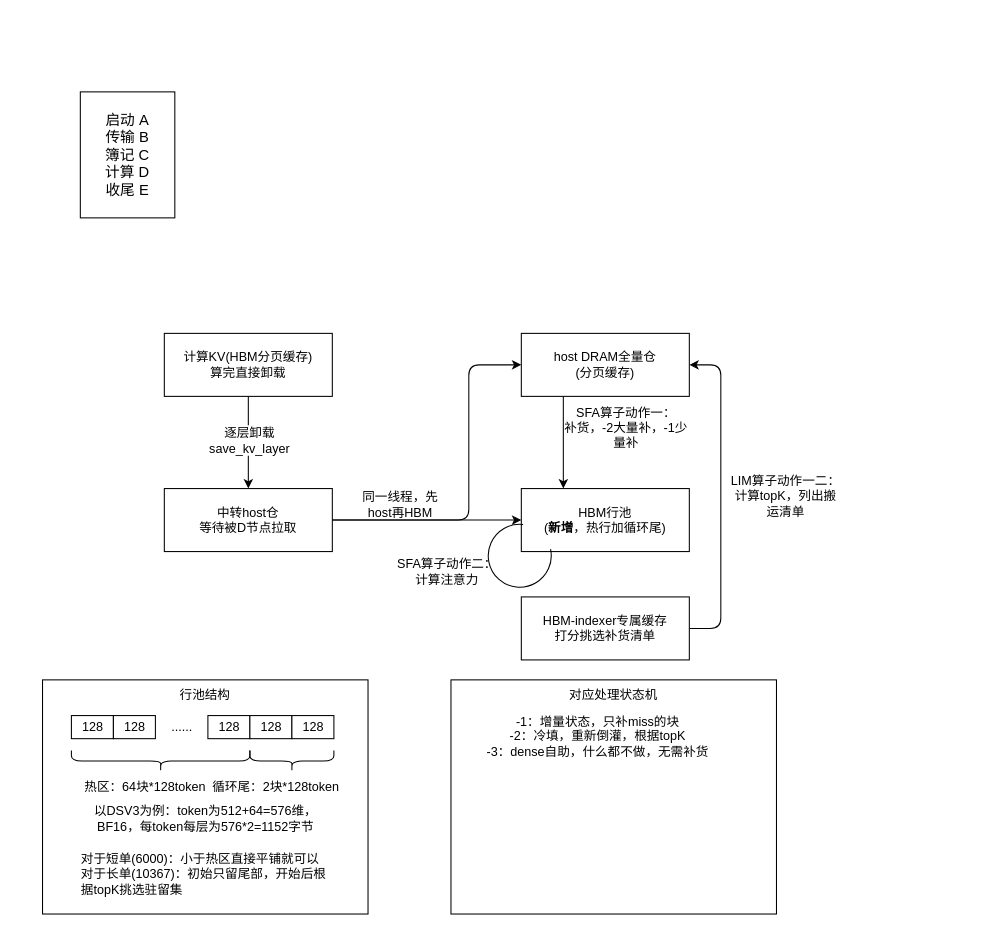
Above: doc/未命名绘图.drawio in linjinghan0/draw (draw.io), before the change. Source tidied: cells renumbered, new cells numbered last; positions are measured from the earlier drawing's top-left corner, leaving out a move shared by most shapes. Both pictures are drawn from the tidied source at 105%, with x=0, y=0 at pixel (42, 91).
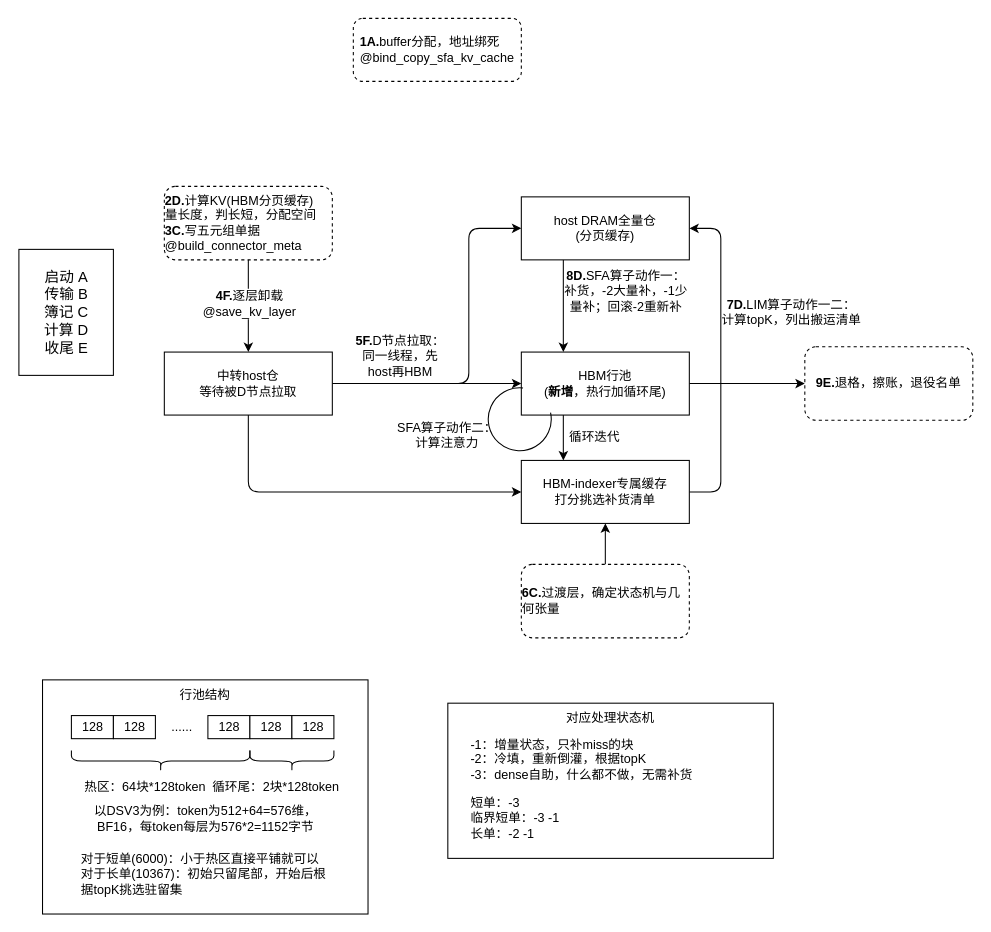
The same page after the edit.

The edit, as a diff of the source:
```diff
@@
-    <mxCell id="2" style="edgeStyle=none;rounded=0;jettySize=auto;html=1;exitX=0.5;exitY=1;exitDx=0;exitDy=0;entryX=0.5;entryY=0;entryDx=0;entryDy=0;" parent="1" edge="1" source="4" target="7">
-      <mxGeometry relative="1" as="geometry" />
+    <mxCell id="2" style="edgeStyle=none;rounded=0;jettySize=auto;html=1;exitX=0.5;exitY=1;exitDx=0;exitDy=0;entryX=0.5;entryY=0;entryDx=0;entryDy=0;" parent="1" edge="1" target="7">
+      <mxGeometry relative="1" as="geometry">
+        <mxPoint x="196" y="160" as="sourcePoint" />
+      </mxGeometry>
     </mxCell>
-    <mxCell id="3" value="&lt;font style=&quot;font-size: 12px;&quot;&gt;逐层卸载&lt;/font&gt;&lt;div&gt;&lt;font style=&quot;font-size: 12px;&quot;&gt;save_kv_layer&lt;/font&gt;&lt;/div&gt;" style="edgeLabel;html=1;align=center;verticalAlign=middle;" parent="2" vertex="1">
+    <mxCell id="3" value="&lt;font style=&quot;font-size: 12px;&quot;&gt;&lt;b&gt;4F.&lt;/b&gt;逐层卸载&lt;/font&gt;&lt;div&gt;&lt;font style=&quot;font-size: 12px;&quot;&gt;@save_kv_layer&lt;/font&gt;&lt;/div&gt;" style="edgeLabel;html=1;align=center;verticalAlign=middle;" parent="2" vertex="1">
       <mxGeometry x="-0.07" relative="1" as="geometry" />
     </mxCell>
-    <mxCell id="4" value="计算KV(HBM分页缓存)&lt;div&gt;算完直接卸载&lt;/div&gt;" style="rounded=0;whiteSpace=wrap;html=1;" parent="1" vertex="1">
-      <mxGeometry x="116" y="230" width="160" height="60" as="geometry" />
-    </mxCell>
@@
     <mxCell id="6" style="edgeStyle=orthogonalEdgeStyle;rounded=1;jettySize=auto;html=1;exitX=1;exitY=0.5;exitDx=0;exitDy=0;entryX=0;entryY=0.5;entryDx=0;entryDy=0;curved=0;" parent="1" edge="1" source="7" target="9">
       <mxGeometry relative="1" as="geometry">
         <Array as="points">
-          <mxPoint x="406" y="407.8" />
-          <mxPoint x="406" y="260" />
+          <mxPoint x="406" y="277.8" />
+          <mxPoint x="406" y="130" />
         </Array>
       </mxGeometry>
     </mxCell>
+    <mxCell id="36" style="edgeStyle=orthogonalEdgeStyle;rounded=1;jettySize=auto;html=1;exitX=0.5;exitY=1;exitDx=0;exitDy=0;entryX=0;entryY=0.5;entryDx=0;entryDy=0;curved=0;" parent="1" edge="1" source="7" target="12">
+      <mxGeometry relative="1" as="geometry" />
+    </mxCell>
     <mxCell id="7" value="中转host仓&lt;div&gt;等待被D节点拉取&lt;/div&gt;" style="rounded=0;whiteSpace=wrap;html=1;" parent="1" vertex="1">
-      <mxGeometry x="116" y="377.8" width="160" height="60" as="geometry" />
+      <mxGeometry x="116" y="247.8" width="160" height="60" as="geometry" />
     </mxCell>
@@
     <mxCell id="9" value="host DRAM全量仓&lt;div&gt;(分页缓存)&lt;/div&gt;" style="rounded=0;whiteSpace=wrap;html=1;" parent="1" vertex="1">
-      <mxGeometry x="456" y="230" width="160" height="60" as="geometry" />
+      <mxGeometry x="456" y="100" width="160" height="60" as="geometry" />
     </mxCell>
+    <mxCell id="37" style="edgeStyle=orthogonalEdgeStyle;rounded=0;jettySize=auto;html=1;exitX=1;exitY=0.5;exitDx=0;exitDy=0;entryX=0;entryY=0.5;entryDx=0;entryDy=0;" parent="1" edge="1" source="10" target="44">
+      <mxGeometry relative="1" as="geometry" />
+    </mxCell>
+    <mxCell id="38" style="edgeStyle=orthogonalEdgeStyle;rounded=0;jettySize=auto;html=1;exitX=0.25;exitY=1;exitDx=0;exitDy=0;entryX=0.25;entryY=0;entryDx=0;entryDy=0;" parent="1" edge="1" source="10" target="12">
+      <mxGeometry relative="1" as="geometry" />
+    </mxCell>
     <mxCell id="10" value="HBM行池&lt;div&gt;(&lt;b&gt;新增&lt;/b&gt;，热行加循环尾)&lt;/div&gt;" style="rounded=0;whiteSpace=wrap;html=1;" parent="1" vertex="1">
-      <mxGeometry x="456" y="377.8" width="160" height="60" as="geometry" />
+      <mxGeometry x="456" y="247.8" width="160" height="60" as="geometry" />
     </mxCell>
     <mxCell id="11" style="edgeStyle=orthogonalEdgeStyle;rounded=1;jettySize=auto;html=1;exitX=1;exitY=0.5;exitDx=0;exitDy=0;entryX=1;entryY=0.5;entryDx=0;entryDy=0;curved=0;" parent="1" edge="1" source="12" target="9">
       <mxGeometry relative="1" as="geometry">
         <Array as="points">
-          <mxPoint x="646" y="511" />
-          <mxPoint x="646" y="260" />
+          <mxPoint x="646" y="381" />
+          <mxPoint x="646" y="130" />
         </Array>
       </mxGeometry>
     </mxCell>
     <mxCell id="12" value="HBM-indexer专属缓存&lt;div&gt;打分挑选补货清单&lt;/div&gt;" style="rounded=0;whiteSpace=wrap;html=1;" parent="1" vertex="1">
-      <mxGeometry x="456" y="481" width="160" height="60" as="geometry" />
+      <mxGeometry x="456" y="351" width="160" height="60" as="geometry" />
     </mxCell>
     <mxCell id="13" value="&lt;font style=&quot;font-size: 14px;&quot;&gt;启动 A&lt;/font&gt;&lt;div&gt;&lt;font style=&quot;font-size: 14px;&quot;&gt;传输 B&lt;br&gt;&lt;/font&gt;&lt;div&gt;&lt;font style=&quot;font-size: 14px;&quot;&gt;簿记 C&lt;/font&gt;&lt;/div&gt;&lt;div&gt;&lt;font style=&quot;font-size: 14px;&quot;&gt;计算 D&lt;/font&gt;&lt;/div&gt;&lt;/div&gt;&lt;div&gt;&lt;font style=&quot;font-size: 14px;&quot;&gt;收尾 E&lt;/font&gt;&lt;/div&gt;" style="whiteSpace=wrap;html=1;" parent="1" vertex="1">
-      <mxGeometry x="36" width="90" height="120" as="geometry" />
+      <mxGeometry x="-22.5" y="150" width="90" height="120" as="geometry" />
     </mxCell>
-    <mxCell id="14" value="同一线程，先host再HBM" style="text;html=1;whiteSpace=wrap;strokeColor=none;fillColor=none;align=center;verticalAlign=middle;rounded=0;" parent="1" vertex="1">
-      <mxGeometry x="296" y="377.8" width="90" height="30" as="geometry" />
+    <mxCell id="14" value="&lt;div&gt;&lt;span style=&quot;background-color: transparent; color: light-dark(rgb(0, 0, 0), rgb(255, 255, 255));&quot;&gt;&lt;b&gt;5F.&lt;/b&gt;D节点拉取：&lt;/span&gt;&lt;/div&gt;&lt;div&gt;同一线程，先host再HBM&lt;/div&gt;" style="text;html=1;whiteSpace=wrap;strokeColor=none;fillColor=none;align=center;verticalAlign=middle;rounded=0;" parent="1" vertex="1">
+      <mxGeometry x="296" y="221.8" width="90" height="60" as="geometry" />
     </mxCell>
@@
     <mxCell id="29" value="&lt;div&gt;&lt;br&gt;&lt;/div&gt;" style="rounded=0;whiteSpace=wrap;html=1;" parent="1" vertex="1">
-      <mxGeometry x="389" y="560" width="310" height="223" as="geometry" />
+      <mxGeometry x="386" y="582.2" width="310" height="147.8" as="geometry" />
     </mxCell>
     <mxCell id="30" value="对应处理状态机" style="text;html=1;whiteSpace=wrap;strokeColor=none;fillColor=none;align=center;verticalAlign=middle;rounded=0;" parent="1" vertex="1">
-      <mxGeometry x="499" y="560" width="90" height="30" as="geometry" />
+      <mxGeometry x="496" y="582.2" width="90" height="30" as="geometry" />
     </mxCell>
-    <mxCell id="31" value="-1：增量状态，只补miss的块&lt;div&gt;-2：冷填，重新倒灌，根据topK&lt;/div&gt;&lt;div style=&quot;text-align: start;&quot;&gt;-3：dense自助，什么都不做，无需补货&lt;/div&gt;" style="text;html=1;whiteSpace=wrap;strokeColor=none;fillColor=none;align=center;verticalAlign=middle;rounded=0;" parent="1" vertex="1">
-      <mxGeometry x="409" y="590" width="240" height="47.2" as="geometry" />
+    <mxCell id="31" value="-1：增量状态，只补miss的块&lt;div&gt;-2：冷填，重新倒灌，根据topK&lt;/div&gt;&lt;div style=&quot;&quot;&gt;-3：dense自助，什么都不做，无需补货&lt;/div&gt;" style="text;html=1;whiteSpace=wrap;strokeColor=none;fillColor=none;align=left;verticalAlign=middle;rounded=0;" parent="1" vertex="1">
+      <mxGeometry x="406" y="612.2" width="240" height="47.2" as="geometry" />
     </mxCell>
-    <mxCell id="32" value="SFA算子动作一：&lt;div&gt;补货，&lt;span style=&quot;background-color: transparent; color: light-dark(rgb(0, 0, 0), rgb(255, 255, 255));&quot;&gt;-2大量补，&lt;/span&gt;&lt;span style=&quot;background-color: transparent; color: light-dark(rgb(0, 0, 0), rgb(255, 255, 255));&quot;&gt;-1少量补&lt;/span&gt;&lt;/div&gt;" style="text;html=1;whiteSpace=wrap;strokeColor=none;fillColor=none;align=center;verticalAlign=middle;rounded=0;" parent="1" vertex="1">
-      <mxGeometry x="496" y="305" width="120" height="30" as="geometry" />
+    <mxCell id="32" value="&lt;b&gt;8D.&lt;/b&gt;SFA算子动作一：&lt;div&gt;补货，&lt;span style=&quot;background-color: transparent; color: light-dark(rgb(0, 0, 0), rgb(255, 255, 255));&quot;&gt;-2大量补，&lt;/span&gt;&lt;span style=&quot;background-color: transparent; color: light-dark(rgb(0, 0, 0), rgb(255, 255, 255));&quot;&gt;-1少量补；回滚-2重新补&lt;/span&gt;&lt;/div&gt;" style="text;html=1;whiteSpace=wrap;strokeColor=none;fillColor=none;align=center;verticalAlign=middle;rounded=0;" parent="1" vertex="1">
+      <mxGeometry x="496" y="175" width="120" height="30" as="geometry" />
     </mxCell>
-    <mxCell id="33" value="LIM算子动作一二：&lt;div&gt;计算topK，列出搬运清单&lt;/div&gt;" style="text;html=1;whiteSpace=wrap;strokeColor=none;fillColor=none;align=center;verticalAlign=middle;rounded=0;" parent="1" vertex="1">
-      <mxGeometry x="653" y="370" width="110" height="30" as="geometry" />
+    <mxCell id="33" value="&lt;b&gt;7D.&lt;/b&gt;LIM算子动作一二：&lt;div&gt;计算topK，列出搬运清单&lt;/div&gt;" style="text;html=1;whiteSpace=wrap;strokeColor=none;fillColor=none;align=center;verticalAlign=middle;rounded=0;" parent="1" vertex="1">
+      <mxGeometry x="646" y="195" width="135" height="30" as="geometry" />
     </mxCell>
     <mxCell id="34" style="shape=mxgraph.basic.arc;html=1;startAngle=0.3;endAngle=0.1;endArrow=classic;endFill=1;rotation=-30;" parent="1" vertex="1">
-      <mxGeometry x="424.5" y="411.8" width="60" height="60" as="geometry" />
+      <mxGeometry x="424.5" y="281.8" width="60" height="60" as="geometry" />
     </mxCell>
     <mxCell id="35" value="SFA算子动作二：&lt;div&gt;计算注意力&lt;/div&gt;" style="text;html=1;whiteSpace=wrap;strokeColor=none;fillColor=none;align=center;verticalAlign=middle;rounded=0;" parent="1" vertex="1">
-      <mxGeometry x="336" y="441.8" width="98.5" height="30" as="geometry" />
+      <mxGeometry x="336" y="311.8" width="98.5" height="30" as="geometry" />
     </mxCell>
+    <mxCell id="39" value="短单：-3&lt;div&gt;临界短单：-3 -1&lt;/div&gt;&lt;div&gt;长单：-2 -1&lt;/div&gt;" style="text;html=1;whiteSpace=wrap;strokeColor=none;fillColor=none;align=left;verticalAlign=middle;rounded=0;" parent="1" vertex="1">
+      <mxGeometry x="406" y="668.6" width="240" height="47.2" as="geometry" />
+    </mxCell>
+    <mxCell id="40" value="&lt;div style=&quot;text-align: start;&quot;&gt;&lt;span style=&quot;background-color: transparent; color: light-dark(rgb(0, 0, 0), rgb(255, 255, 255));&quot;&gt;&lt;b&gt;1A.&lt;/b&gt;buffer分配，地址绑死&lt;/span&gt;&lt;/div&gt;&lt;div style=&quot;text-align: start;&quot;&gt;&lt;span style=&quot;background-color: transparent;&quot;&gt;@bind_copy_sfa_kv_cache&lt;/span&gt;&lt;/div&gt;" style="rounded=1;whiteSpace=wrap;html=1;roundedPerimeter=1;dashed=1;" parent="1" vertex="1">
+      <mxGeometry x="296" y="-70" width="160" height="60" as="geometry" />
+    </mxCell>
+    <mxCell id="41" value="&lt;div style=&quot;text-align: start;&quot;&gt;&lt;span style=&quot;text-align: center;&quot;&gt;&lt;b&gt;2D.&lt;/b&gt;计算KV(HBM分页缓存)&lt;/span&gt;&lt;div style=&quot;text-align: center;&quot;&gt;&lt;div style=&quot;text-align: start;&quot;&gt;量长度，判长短，分配空间&lt;/div&gt;&lt;div style=&quot;text-align: start;&quot;&gt;&lt;b&gt;3C.&lt;/b&gt;写五元组单据@build_connector_meta&lt;/div&gt;&lt;/div&gt;&lt;/div&gt;" style="rounded=1;whiteSpace=wrap;html=1;roundedPerimeter=1;dashed=1;" parent="1" vertex="1">
+      <mxGeometry x="116" y="90" width="160" height="70" as="geometry" />
+    </mxCell>
+    <mxCell id="42" style="edgeStyle=orthogonalEdgeStyle;rounded=0;jettySize=auto;html=1;exitX=0.5;exitY=0;exitDx=0;exitDy=0;entryX=0.5;entryY=1;entryDx=0;entryDy=0;" parent="1" edge="1" source="43" target="12">
+      <mxGeometry relative="1" as="geometry" />
+    </mxCell>
+    <mxCell id="43" value="&lt;div style=&quot;text-align: start;&quot;&gt;&lt;b&gt;6C.&lt;/b&gt;过渡层，确定状态机与几何张量&lt;/div&gt;" style="rounded=1;whiteSpace=wrap;html=1;roundedPerimeter=1;dashed=1;" parent="1" vertex="1">
+      <mxGeometry x="456" y="450" width="160" height="70" as="geometry" />
+    </mxCell>
+    <mxCell id="44" value="&lt;div style=&quot;text-align: start;&quot;&gt;&lt;b&gt;9E.&lt;/b&gt;退格，擦账，退役名单&lt;/div&gt;" style="rounded=1;whiteSpace=wrap;html=1;roundedPerimeter=1;dashed=1;" parent="1" vertex="1">
+      <mxGeometry x="726" y="242.8" width="160" height="70" as="geometry" />
+    </mxCell>
+    <mxCell id="45" value="循环迭代" style="text;html=1;whiteSpace=wrap;strokeColor=none;fillColor=none;align=center;verticalAlign=middle;rounded=0;" parent="1" vertex="1">
+      <mxGeometry x="496" y="314" width="60" height="30" as="geometry" />
+    </mxCell>
```
